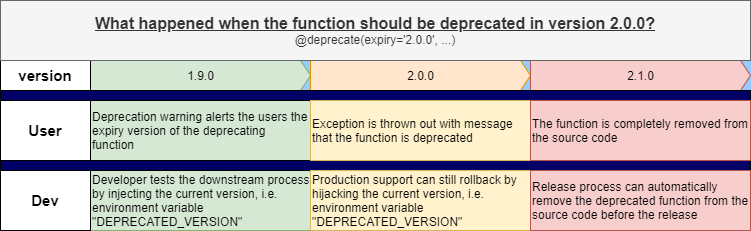
Above: docs/cycle.png in auto-deprecator/auto-deprecator (draw.io), before the change. Source tidied: cells renumbered, new cells last; positions are measured from the earlier drawing's top-left corner, leaving out a move shared by most shapes.
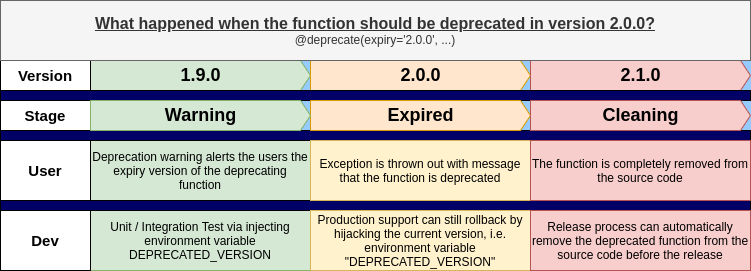
After the change.

What changed in the source:
```diff
@@ -2,23 +2,23 @@
   <root>
     <mxCell id="0" />
     <mxCell id="1" parent="0" />
-    <mxCell id="2" value="1.9.0" style="html=1;shadow=0;dashed=0;align=center;verticalAlign=middle;shape=mxgraph.arrows2.arrow;dy=0;dx=10;notch=0;fillColor=#d5e8d4;strokeColor=#82b366;" parent="1" vertex="1">
-      <mxGeometry x="90" y="60" width="220" height="30" as="geometry" />
+    <mxCell id="2" value="1.9.0" style="html=1;shadow=0;dashed=0;align=center;verticalAlign=middle;shape=mxgraph.arrows2.arrow;dy=0;dx=10;notch=0;fillColor=#d5e8d4;strokeColor=#82b366;fontStyle=1;fontSize=18;" parent="1" vertex="1">
+      <mxGeometry x="90" y="20" width="220" height="30" as="geometry" />
     </mxCell>
-    <mxCell id="3" value="2.0.0" style="html=1;shadow=0;dashed=0;align=center;verticalAlign=middle;shape=mxgraph.arrows2.arrow;dy=0;dx=10;notch=0;fillColor=#ffe6cc;strokeColor=#d79b00;" parent="1" vertex="1">
-      <mxGeometry x="310" y="60" width="220" height="30" as="geometry" />
+    <mxCell id="3" value="2.0.0" style="html=1;shadow=0;dashed=0;align=center;verticalAlign=middle;shape=mxgraph.arrows2.arrow;dy=0;dx=10;notch=0;fillColor=#ffe6cc;strokeColor=#d79b00;fontStyle=1;fontSize=18;" parent="1" vertex="1">
+      <mxGeometry x="310" y="20" width="220" height="30" as="geometry" />
     </mxCell>
-    <mxCell id="4" value="2.1.0" style="html=1;shadow=0;dashed=0;align=center;verticalAlign=middle;shape=mxgraph.arrows2.arrow;dy=0;dx=10;notch=0;fillColor=#f8cecc;strokeColor=#b85450;" parent="1" vertex="1">
-      <mxGeometry x="530" y="60" width="220" height="30" as="geometry" />
+    <mxCell id="4" value="2.1.0" style="html=1;shadow=0;dashed=0;align=center;verticalAlign=middle;shape=mxgraph.arrows2.arrow;dy=0;dx=10;notch=0;fillColor=#f8cecc;strokeColor=#b85450;fontStyle=1;fontSize=18;" parent="1" vertex="1">
+      <mxGeometry x="530" y="20" width="220" height="30" as="geometry" />
     </mxCell>
-    <mxCell id="5" value="Deprecation warning alerts the users the expiry version of the deprecating function" style="rounded=0;whiteSpace=wrap;html=1;align=left;fillColor=#d5e8d4;strokeColor=#82b366;" parent="1" vertex="1">
+    <mxCell id="5" value="Deprecation warning alerts the users the expiry version of the deprecating function" style="rounded=0;whiteSpace=wrap;html=1;align=center;fillColor=#d5e8d4;strokeColor=#82b366;" parent="1" vertex="1">
       <mxGeometry x="90" y="100" width="220" height="60" as="geometry" />
     </mxCell>
-    <mxCell id="6" value="Developer tests the downstream process by injecting the current version, i.e. environment variable &quot;DEPRECATED_VERSION&quot;" style="rounded=0;whiteSpace=wrap;html=1;align=left;fillColor=#d5e8d4;strokeColor=#82b366;" parent="1" vertex="1">
+    <mxCell id="6" value="Unit / Integration Test via injecting environment variable DEPRECATED_VERSION" style="rounded=0;whiteSpace=wrap;html=1;align=center;fillColor=#d5e8d4;strokeColor=#82b366;" parent="1" vertex="1">
       <mxGeometry x="90" y="170" width="220" height="60" as="geometry" />
     </mxCell>
-    <mxCell id="7" value="&lt;b&gt;&lt;font style=&quot;font-size: 15px&quot;&gt;version&lt;/font&gt;&lt;/b&gt;" style="rounded=0;whiteSpace=wrap;html=1;" parent="1" vertex="1">
-      <mxGeometry y="60" width="90" height="30" as="geometry" />
+    <mxCell id="7" value="&lt;b&gt;&lt;font style=&quot;font-size: 15px&quot;&gt;Version&lt;/font&gt;&lt;/b&gt;" style="rounded=0;whiteSpace=wrap;html=1;" parent="1" vertex="1">
+      <mxGeometry y="20" width="90" height="30" as="geometry" />
     </mxCell>
     <mxCell id="8" style="rounded=0;whiteSpace=wrap;html=1;fillColor=#000066;" parent="1" vertex="1">
       <mxGeometry y="90" width="750" height="10" as="geometry" />
@@ -32,20 +32,35 @@
     <mxCell id="11" value="&lt;b&gt;&lt;font style=&quot;font-size: 15px&quot;&gt;Dev&lt;/font&gt;&lt;/b&gt;" style="rounded=0;whiteSpace=wrap;html=1;" parent="1" vertex="1">
       <mxGeometry y="170" width="90" height="60" as="geometry" />
     </mxCell>
-    <mxCell id="12" value="Exception is thrown out with message that the function is deprecated" style="rounded=0;whiteSpace=wrap;html=1;align=left;fillColor=#fff2cc;strokeColor=#d6b656;" parent="1" vertex="1">
+    <mxCell id="12" value="Exception is thrown out with message that the function is deprecated" style="rounded=0;whiteSpace=wrap;html=1;align=center;fillColor=#fff2cc;strokeColor=#d6b656;" parent="1" vertex="1">
       <mxGeometry x="310" y="100" width="220" height="60" as="geometry" />
     </mxCell>
-    <mxCell id="13" value="Production support can still rollback by hijacking the current version, i.e. environment variable &quot;DEPRECATED_VERSION&quot;" style="rounded=0;whiteSpace=wrap;html=1;align=left;fillColor=#fff2cc;strokeColor=#d6b656;" parent="1" vertex="1">
+    <mxCell id="13" value="Production support can still rollback by hijacking the current version, i.e. environment variable &quot;DEPRECATED_VERSION&quot;" style="rounded=0;whiteSpace=wrap;html=1;align=center;fillColor=#fff2cc;strokeColor=#d6b656;" parent="1" vertex="1">
       <mxGeometry x="310" y="170" width="220" height="60" as="geometry" />
     </mxCell>
-    <mxCell id="14" value="The function is completely removed from the source code" style="rounded=0;whiteSpace=wrap;html=1;align=left;fillColor=#f8cecc;strokeColor=#b85450;" parent="1" vertex="1">
+    <mxCell id="14" value="The function is completely removed from the source code" style="rounded=0;whiteSpace=wrap;html=1;align=center;fillColor=#f8cecc;strokeColor=#b85450;" parent="1" vertex="1">
       <mxGeometry x="530" y="100" width="220" height="60" as="geometry" />
     </mxCell>
-    <mxCell id="15" value="Release process can automatically remove the deprecated function from the source code before the release" style="rounded=0;whiteSpace=wrap;html=1;align=left;fillColor=#f8cecc;strokeColor=#b85450;" parent="1" vertex="1">
+    <mxCell id="15" value="Release process can automatically remove the deprecated function from the source code before the release" style="rounded=0;whiteSpace=wrap;html=1;align=center;fillColor=#f8cecc;strokeColor=#b85450;" parent="1" vertex="1">
       <mxGeometry x="530" y="170" width="220" height="60" as="geometry" />
     </mxCell>
     <mxCell id="16" value="&lt;b&gt;&lt;font style=&quot;font-size: 16px&quot;&gt;&lt;u&gt;What happened when the function should be deprecated in version 2.0.0?&lt;/u&gt;&lt;/font&gt;&lt;/b&gt;&lt;br&gt;@deprecate(expiry='2.0.0', ...)" style="rounded=0;whiteSpace=wrap;html=1;fillColor=#f5f5f5;strokeColor=#666666;fontColor=#333333;" parent="1" vertex="1">
-      <mxGeometry width="750" height="60" as="geometry" />
+      <mxGeometry y="-40" width="750" height="60" as="geometry" />
     </mxCell>
+    <mxCell id="17" style="rounded=0;whiteSpace=wrap;html=1;fillColor=#000066;" parent="1" vertex="1">
+      <mxGeometry y="50" width="750" height="10" as="geometry" />
+    </mxCell>
+    <mxCell id="18" value="&lt;b&gt;&lt;font style=&quot;font-size: 15px&quot;&gt;Stage&lt;/font&gt;&lt;/b&gt;" style="rounded=0;whiteSpace=wrap;html=1;" parent="1" vertex="1">
+      <mxGeometry y="60" width="90" height="30" as="geometry" />
+    </mxCell>
+    <mxCell id="19" value="Expired" style="html=1;shadow=0;dashed=0;align=center;verticalAlign=middle;shape=mxgraph.arrows2.arrow;dy=0;dx=10;notch=0;fillColor=#ffe6cc;strokeColor=#d79b00;fontStyle=1;fontSize=18;" parent="1" vertex="1">
+      <mxGeometry x="310" y="60" width="220" height="30" as="geometry" />
+    </mxCell>
+    <mxCell id="20" value="Warning" style="html=1;shadow=0;dashed=0;align=center;verticalAlign=middle;shape=mxgraph.arrows2.arrow;dy=0;dx=10;notch=0;fillColor=#d5e8d4;strokeColor=#82b366;fontStyle=1;fontSize=18;" parent="1" vertex="1">
+      <mxGeometry x="90" y="60" width="220" height="30" as="geometry" />
+    </mxCell>
+    <mxCell id="21" value="Cleaning" style="html=1;shadow=0;dashed=0;align=center;verticalAlign=middle;shape=mxgraph.arrows2.arrow;dy=0;dx=10;notch=0;fillColor=#f8cecc;strokeColor=#b85450;fontStyle=1;fontSize=18;" parent="1" vertex="1">
+      <mxGeometry x="530" y="60" width="220" height="30" as="geometry" />
+    </mxCell>
   </root>
 </mxGraphModel>
```
